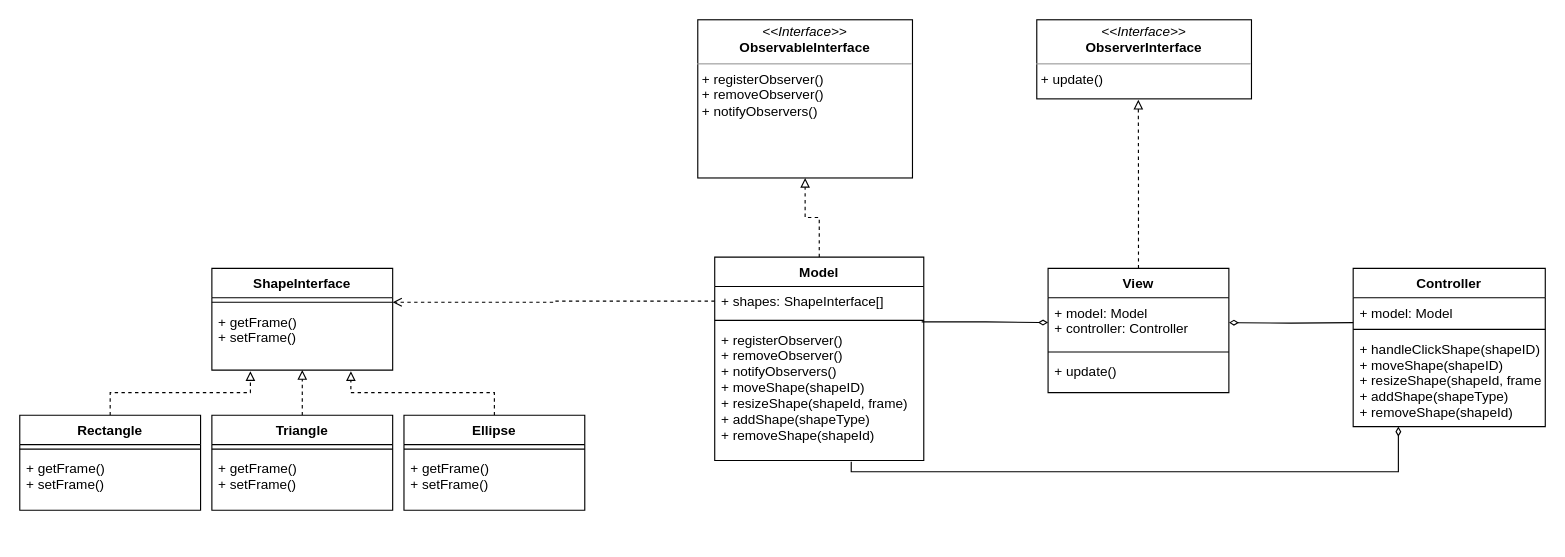
venera13/ood keeps this draw.io diagram as MVC_geometric/MVC.drawio. Above is the earlier version. Source tidied: cells renumbered, new cells numbered last; positions are measured from the earlier drawing's top-left corner, leaving out a move shared by most shapes. Both pictures are drawn from the tidied source at 113%, with x=0, y=0 at pixel (19, 19).
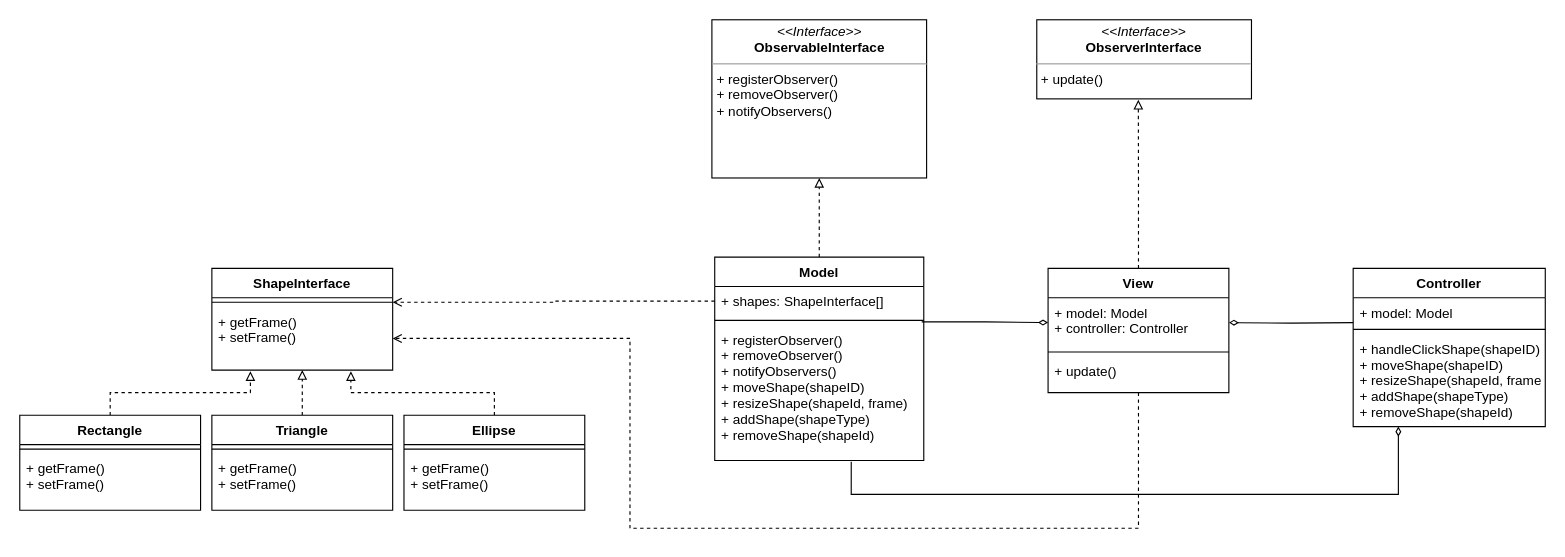
After the change.

The change refers to these unchanged cells:
```xml
<mxCell id="7" value="+ registerObserver() &#10;+ removeObserver()&#10;+ notifyObservers()&#10;+ moveShape(shapeID)&#10;+ resizeShape(shapeId, frame)&#10;+ addShape(shapeType)&#10;+ removeShape(shapeId)" style="text;strokeColor=none;fillColor=none;align=left;verticalAlign=top;spacingLeft=4;spacingRight=4;overflow=hidden;points=[[0,0.5],[1,0.5]];portConstraint=eastwest;" parent="4" vertex="1">
  <mxGeometry y="60" width="185" height="120" as="geometry" />
</mxCell>
<mxCell id="13" value="+ update()" style="text;strokeColor=none;fillColor=none;align=left;verticalAlign=top;spacingLeft=4;spacingRight=4;overflow=hidden;points=[[0,0.5],[1,0.5]];portConstraint=eastwest;" parent="10" vertex="1">
  <mxGeometry y="78" width="160" height="32" as="geometry" />
</mxCell>
<mxCell id="23" value="+ getFrame()&#10;+ setFrame()" style="text;strokeColor=none;fillColor=none;align=left;verticalAlign=top;spacingLeft=4;spacingRight=4;overflow=hidden;points=[[0,0.5],[1,0.5]];portConstraint=eastwest;" parent="21" vertex="1">
  <mxGeometry y="34" width="160" height="56" as="geometry" />
</mxCell>
```

The edit, as a diff of the source:
```diff
@@
     <mxCell id="2" value="&lt;p style=&quot;margin:0px;margin-top:4px;text-align:center;&quot;&gt;&lt;i&gt;&amp;lt;&amp;lt;Interface&amp;gt;&amp;gt;&lt;/i&gt;&lt;br&gt;&lt;b&gt;ObservableInterface&lt;/b&gt;&lt;/p&gt;&lt;hr size=&quot;1&quot;&gt;&lt;p style=&quot;margin:0px;margin-left:4px;&quot;&gt;+ registerObserver()&amp;nbsp;&lt;br&gt;+ removeObserver()&lt;/p&gt;&lt;p style=&quot;margin:0px;margin-left:4px;&quot;&gt;+ notifyObservers()&lt;/p&gt;" style="verticalAlign=top;align=left;overflow=fill;fontSize=12;fontFamily=Helvetica;html=1;" parent="1" vertex="1">
-      <mxGeometry x="600" width="190" height="140" as="geometry" />
+      <mxGeometry x="612.5" width="190" height="140" as="geometry" />
     </mxCell>
@@
     <mxCell id="20" style="edgeStyle=orthogonalEdgeStyle;rounded=0;jettySize=auto;html=1;endArrow=diamondThin;endFill=0;exitX=0.653;exitY=1.009;exitDx=0;exitDy=0;exitPerimeter=0;" parent="1" edge="1" source="7">
       <mxGeometry relative="1" as="geometry">
         <mxPoint x="1220" y="360" as="targetPoint" />
         <Array as="points">
-          <mxPoint x="736" y="400" />
-          <mxPoint x="1220" y="400" />
+          <mxPoint x="736" y="420" />
+          <mxPoint x="1220" y="420" />
         </Array>
       </mxGeometry>
     </mxCell>
@@
+    <mxCell id="37" style="edgeStyle=orthogonalEdgeStyle;rounded=0;jettySize=auto;html=1;entryX=1;entryY=0.5;entryDx=0;entryDy=0;dashed=1;endArrow=open;endFill=0;" parent="1" edge="1" source="13" target="23">
+      <mxGeometry relative="1" as="geometry">
+        <Array as="points">
+          <mxPoint x="990" y="450" />
+          <mxPoint x="540" y="450" />
+          <mxPoint x="540" y="282" />
+        </Array>
+      </mxGeometry>
+    </mxCell>
```
